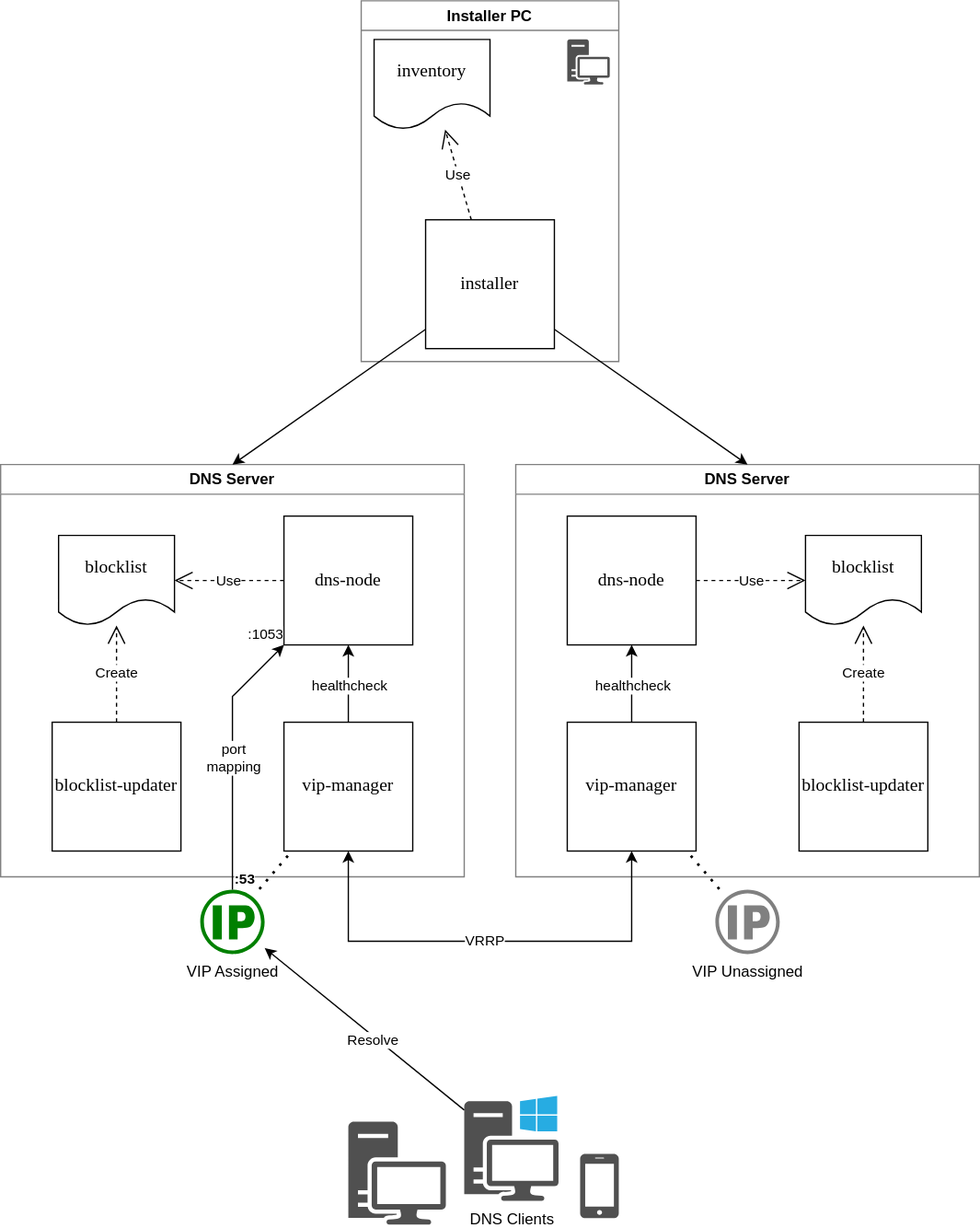
This is .files/ha-sinkhole-architecture.drawio.svg from davison/ha-sinkhole, a draw.io export, as it was before one commit. Source tidied: cells renumbered, new cells last; positions are measured from the earlier drawing's top-left corner, leaving out a move shared by most shapes.
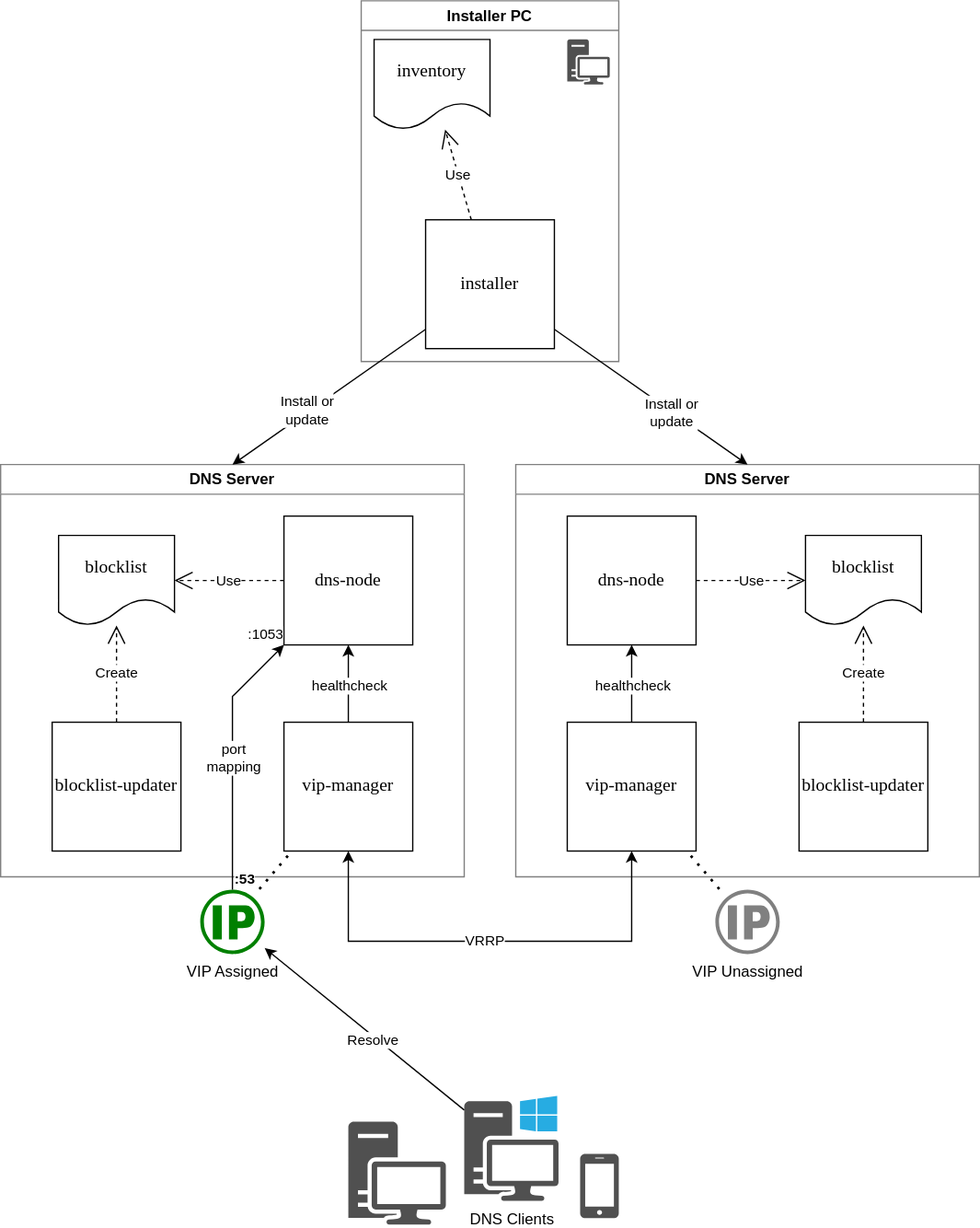
After the commit.

What changed in the source:
```diff
@@ -113,9 +113,17 @@
     <mxCell id="35" style="endArrow=classic;html=1;rounded=0;entryX=0.5;entryY=0;entryDx=0;entryDy=0;" parent="1" edge="1" source="21" target="2">
       <mxGeometry relative="1" as="geometry" />
     </mxCell>
+    <mxCell id="42" value="Install or&lt;div&gt;update&lt;/div&gt;" style="edgeLabel;html=1;align=center;verticalAlign=middle;" parent="35" vertex="1">
+      <mxGeometry x="0.21" y="-2" relative="1" as="geometry" />
+    </mxCell>
     <mxCell id="36" style="endArrow=classic;html=1;rounded=0;entryX=0.5;entryY=0;entryDx=0;entryDy=0;" parent="1" edge="1" source="21" target="11">
       <mxGeometry relative="1" as="geometry" />
     </mxCell>
+    <mxCell id="43" value="Install or&lt;div&gt;update&lt;/div&gt;" style="edgeLabel;html=1;align=center;verticalAlign=middle;" parent="36" vertex="1">
+      <mxGeometry x="-0.15" y="-1" relative="1" as="geometry">
+        <mxPoint x="27" y="19" as="offset" />
+      </mxGeometry>
+    </mxCell>
     <mxCell id="37" style="sketch=0;shadow=0;dashed=0;html=1;strokeColor=none;fillColor=#505050;labelPosition=center;verticalLabelPosition=bottom;verticalAlign=top;align=center;shape=mxgraph.office.devices.workstation;" parent="1" vertex="1">
       <mxGeometry x="270" y="870" width="75.7" height="80" as="geometry" />
     </mxCell>
```
